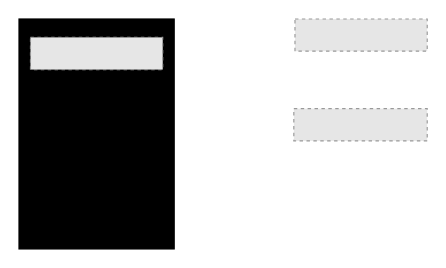
This is libraries/B.Braun.drawio from griemide/Diagrams, a draw.io file, before an edit. Source tidied: cells renumbered, new cells numbered last; positions are measured from the earlier drawing's top-left corner, leaving out a move shared by most shapes. Both pictures are drawn from the tidied source at 115%, with x=0, y=0 at pixel (18, 18). Pictures stored in the file or linked from it are replaced by grey dashed boxes.
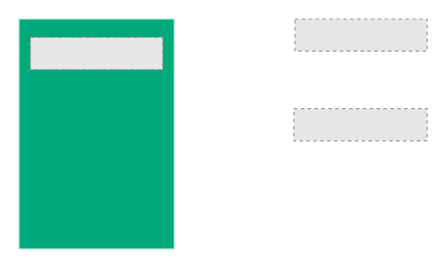
The same diagram, later.

What changed in the source:
```diff
@@
 <mxGraphModel>
   <root>
     <mxCell id="0" />
     <mxCell id="1" parent="0" />
-    <mxCell id="2" style="rounded=0;whiteSpace=wrap;html=1;fillColor=#000000;" parent="1" vertex="1">
+    <mxCell id="2" style="rounded=0;whiteSpace=wrap;html=1;fillColor=light-dark(#00a97a, #ededed);strokeColor=light-dark(#bfe9de, #ededed);" parent="1" vertex="1">
       <mxGeometry width="135" height="200" as="geometry" />
     </mxCell>
     <mxCell id="3" style="fillColor=#E6E6E6;strokeColor=#999999;dashed=1;verticalLabelPosition=bottom;labelBackgroundColor=default;verticalAlign=top;" parent="1" vertex="1">
       <mxGeometry x="240" width="115" height="28" as="geometry" />
     </mxCell>
     <mxCell id="4" style="fillColor=#E6E6E6;strokeColor=#999999;dashed=1;verticalLabelPosition=bottom;labelBackgroundColor=default;verticalAlign=top;" parent="1" vertex="1">
       <mxGeometry x="239" y="78" width="116" height="28" as="geometry" />
     </mxCell>
     <mxCell id="5" style="fillColor=#E6E6E6;strokeColor=#999999;dashed=1;verticalLabelPosition=bottom;labelBackgroundColor=default;verticalAlign=top;" parent="1" vertex="1">
       <mxGeometry x="10" y="16" width="115" height="28" as="geometry" />
     </mxCell>
   </root>
 </mxGraphModel>
```
